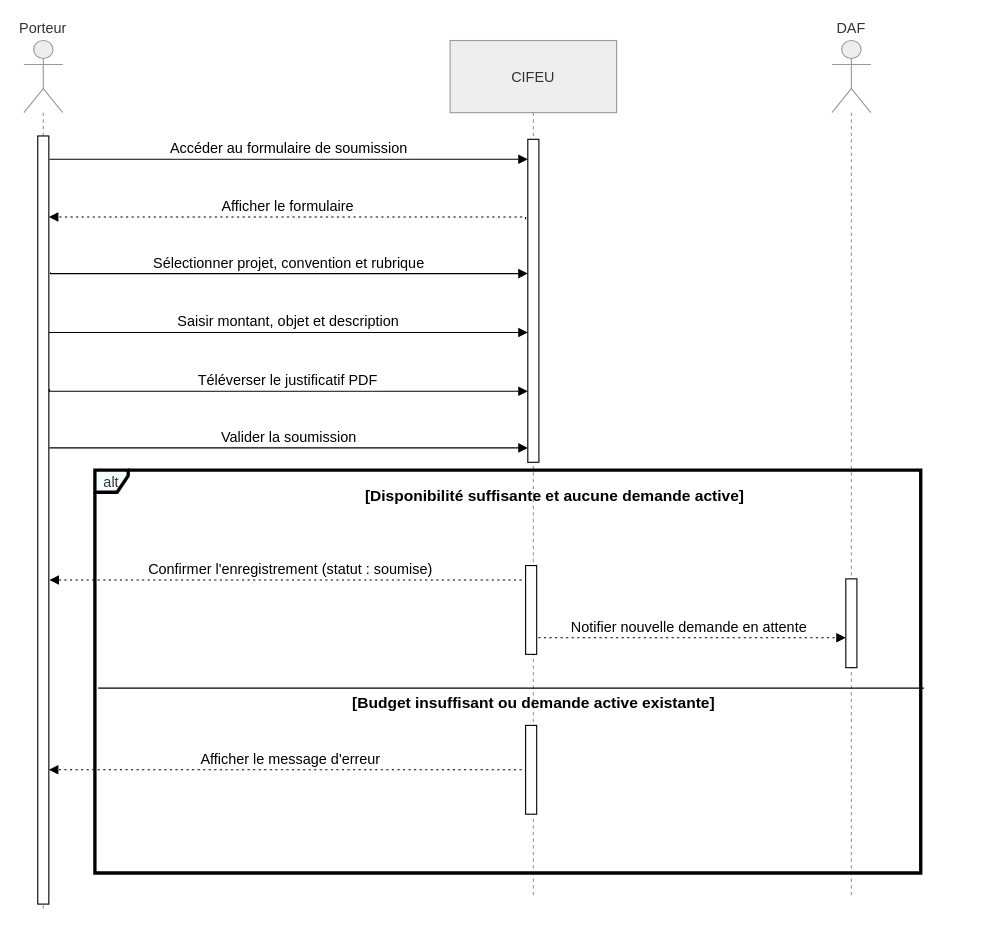
Above: rapport/graphe/Soumettre une demande de dépense.drawio in CheickOuedraogo/stage (draw.io), before the change. Source tidied: cells renumbered, new cells numbered last; positions are measured from the earlier drawing's top-left corner, leaving out a move shared by most shapes. Both pictures are drawn from the tidied source at 111%, with x=0, y=0 at pixel (23, 40).
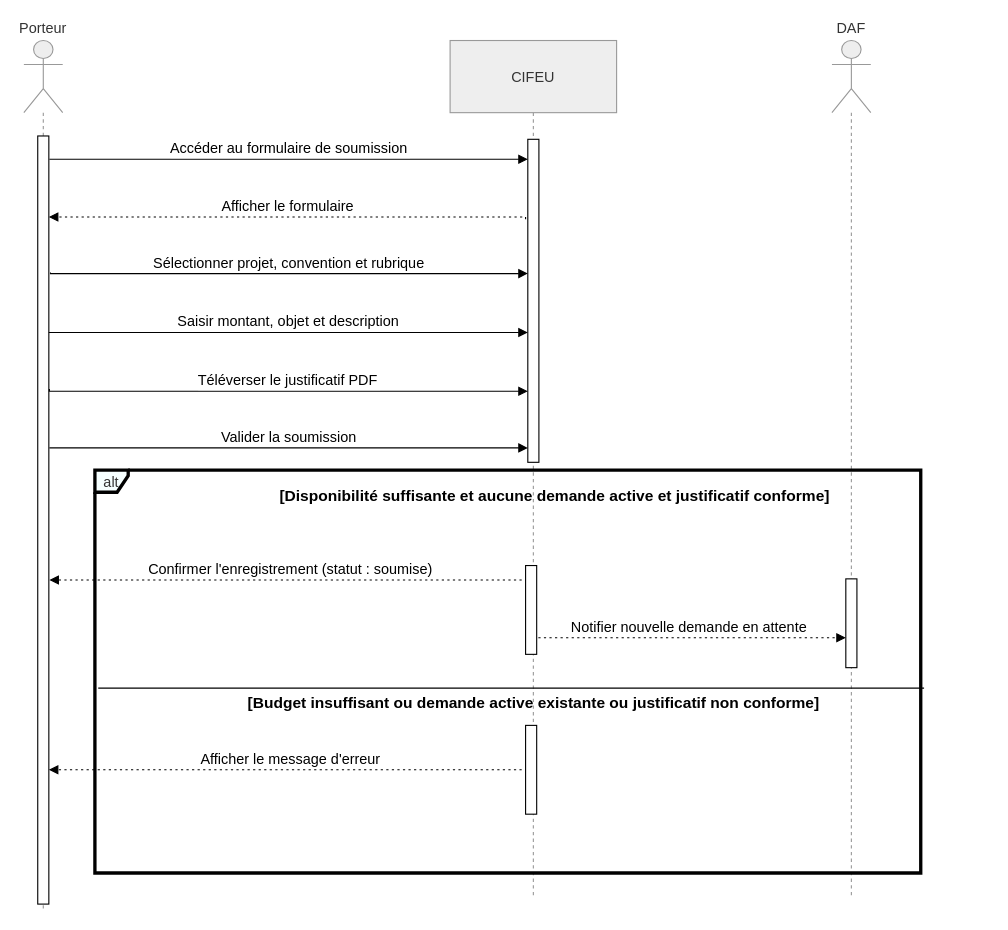
The same page after the edit.

The edit, as a diff of the source:
```diff
@@
-    <mxCell id="19" value="[Disponibilité suffisante et aucune demande active]" style="text;strokeColor=none;fillColor=none;align=center;verticalAlign=middle;whiteSpace=wrap;fontStyle=1;fontSize=14;" parent="1" vertex="1">
+    <mxCell id="19" value="[Disponibilité suffisante et aucune demande active et justificatif conforme]" style="text;strokeColor=none;fillColor=none;align=center;verticalAlign=middle;whiteSpace=wrap;fontStyle=1;fontSize=14;" parent="1" vertex="1">
       <mxGeometry x="87" y="400" width="783" height="20" as="geometry" />
     </mxCell>
@@
-    <mxCell id="22" value="[Budget insuffisant ou demande active existante]" style="text;strokeColor=none;fillColor=none;align=center;verticalAlign=middle;whiteSpace=wrap;fontStyle=1;fontSize=14;" parent="1" vertex="1">
+    <mxCell id="22" value="[Budget insuffisant ou demande active existante ou justificatif non conforme]" style="text;strokeColor=none;fillColor=none;align=center;verticalAlign=middle;whiteSpace=wrap;fontStyle=1;fontSize=14;" parent="1" vertex="1">
       <mxGeometry x="67.5" y="587" width="783" height="20" as="geometry" />
     </mxCell>
```
